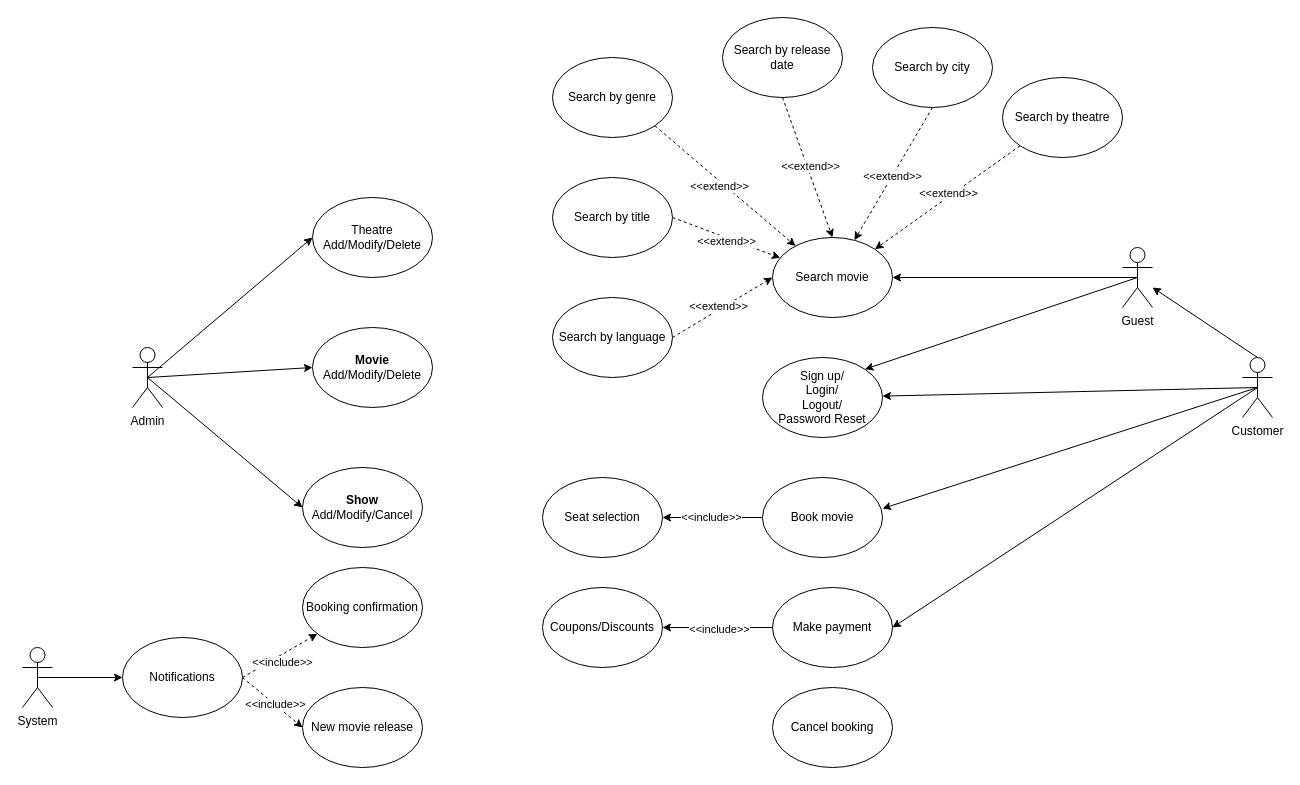
The draw.io diagram movie-ticket-booking-use-case-diag.drawio in vaibhavsonar/use-case-studies, before the edit. Source tidied: cells renumbered, new cells numbered last; positions are measured from the earlier drawing's top-left corner, leaving out a move shared by most shapes. Both pictures are drawn from the tidied source at 100%, with x=0, y=0 at pixel (22, 17).
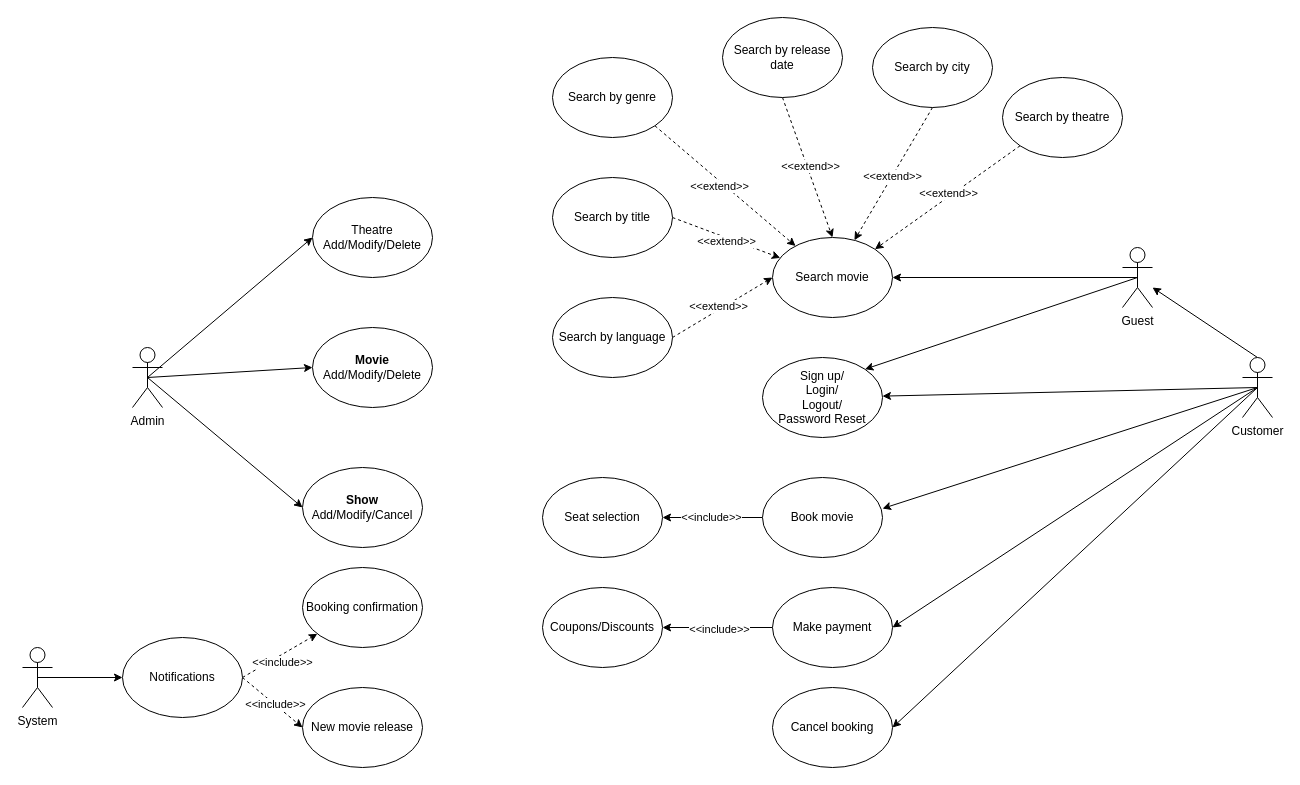
Above is the later version.

Unchanged cells that the change refers to:
```xml
<mxCell id="40" value="Customer" style="shape=umlActor;verticalLabelPosition=bottom;verticalAlign=top;html=1;outlineConnect=0;" parent="1" vertex="1">
  <mxGeometry x="1220" y="340" width="30" height="60" as="geometry" />
</mxCell>
<mxCell id="51" value="Cancel booking" style="ellipse;whiteSpace=wrap;html=1;" parent="1" vertex="1">
  <mxGeometry x="750" y="670" width="120" height="80" as="geometry" />
</mxCell>
```

What changed in the source:
```diff
@@
+    <mxCell id="55" style="rounded=0;jettySize=auto;html=1;exitX=0.5;exitY=0.5;exitDx=0;exitDy=0;exitPerimeter=0;entryX=1;entryY=0.5;entryDx=0;entryDy=0;" parent="1" edge="1" source="40" target="51">
+      <mxGeometry relative="1" as="geometry" />
+    </mxCell>
```
